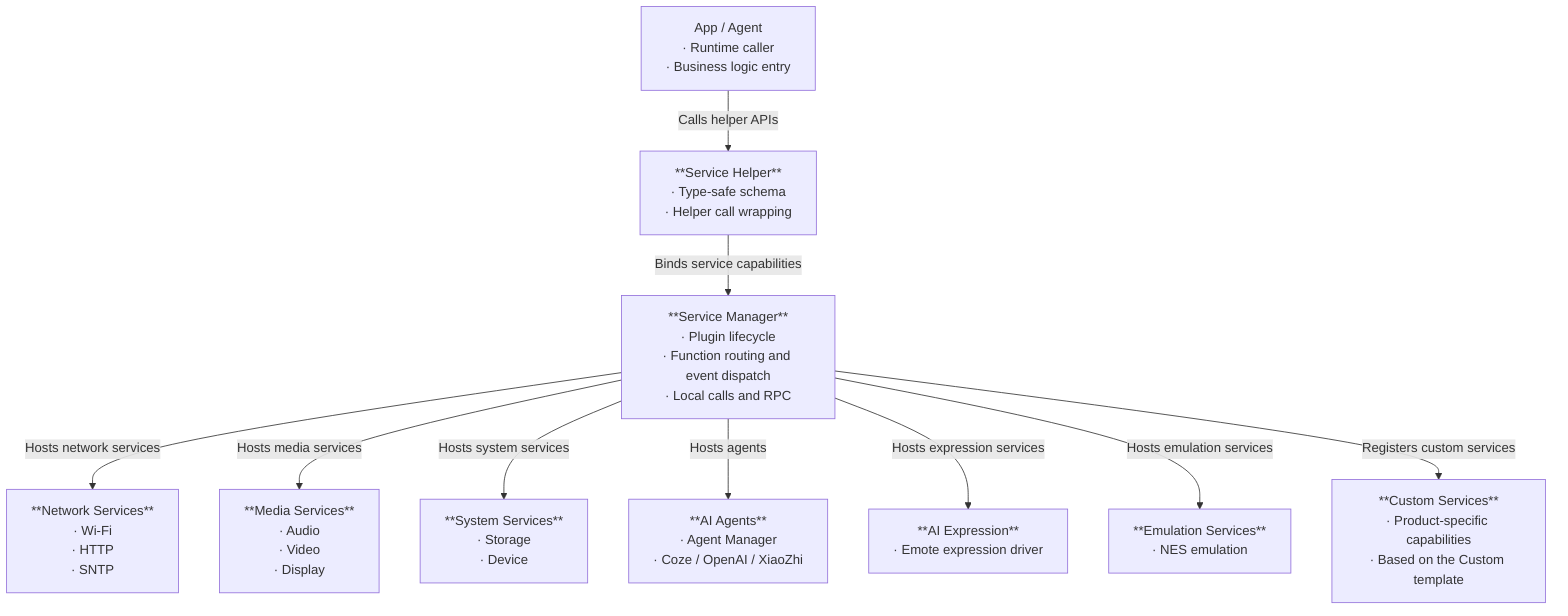
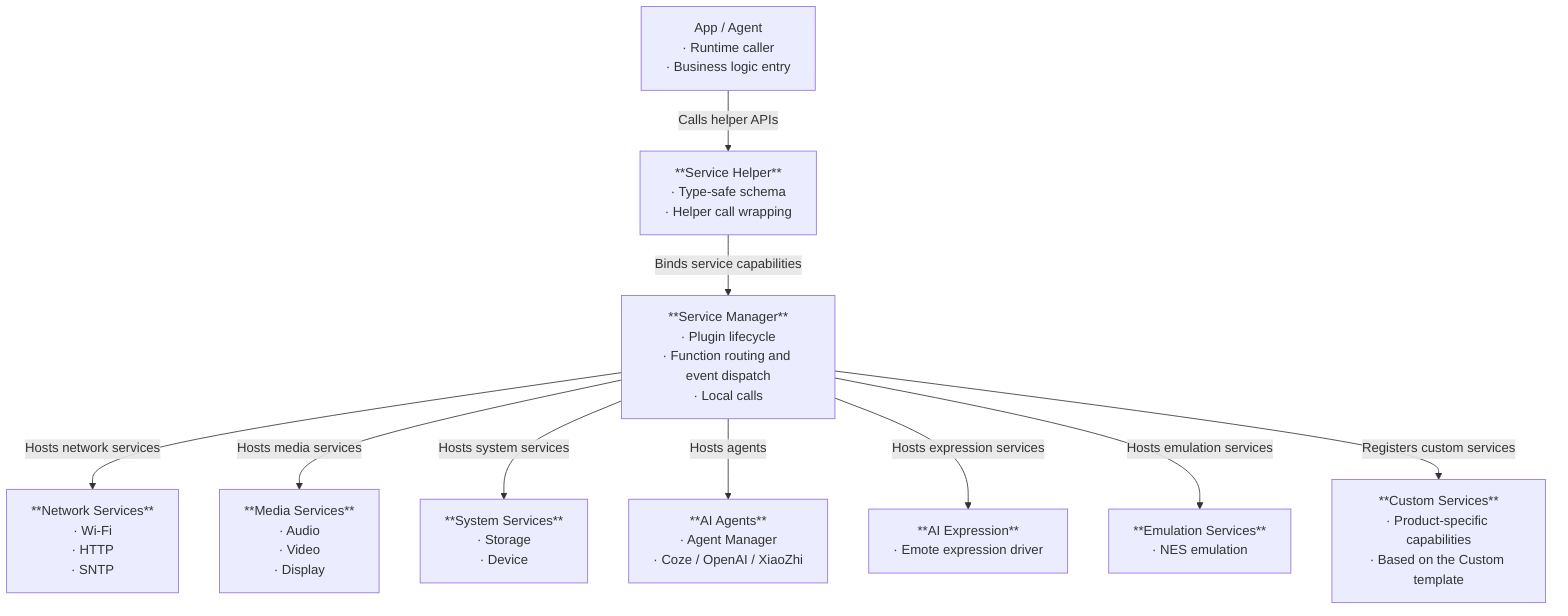
flowchart TD
    A["App / Agent<br/>· Runtime caller<br/>· Business logic entry"]
    B["**Service Helper**<br/>· Type-safe schema<br/>· Helper call wrapping"]
-     C["**Service Manager**<br/>· Plugin lifecycle<br/>· Function routing and event dispatch<br/>· Local calls and RPC"]
+     C["**Service Manager**<br/>· Plugin lifecycle<br/>· Function routing and event dispatch<br/>· Local calls"]
    D["**Network Services**<br/>· Wi-Fi<br/>· HTTP<br/>· SNTP"]
    E["**Media Services**<br/>· Audio<br/>· Video<br/>· Display"]
    F["**System Services**<br/>· Storage<br/>· Device"]
    G["**AI Agents**<br/>· Agent Manager<br/>· Coze / OpenAI / XiaoZhi"]
    H["**AI Expression**<br/>· Emote expression driver"]
    I["**Emulation Services**<br/>· NES emulation"]
    J["**Custom Services**<br/>· Product-specific capabilities<br/>· Based on the Custom template"]

    A -->|"Calls helper APIs"| B
    B -->|"Binds service capabilities"| C
    C -->|"Hosts network services"| D
    C -->|"Hosts media services"| E
    C -->|"Hosts system services"| F
    C -->|"Hosts agents"| G
    C -->|"Hosts expression services"| H
    C -->|"Hosts emulation services"| I
    C -->|"Registers custom services"| J
